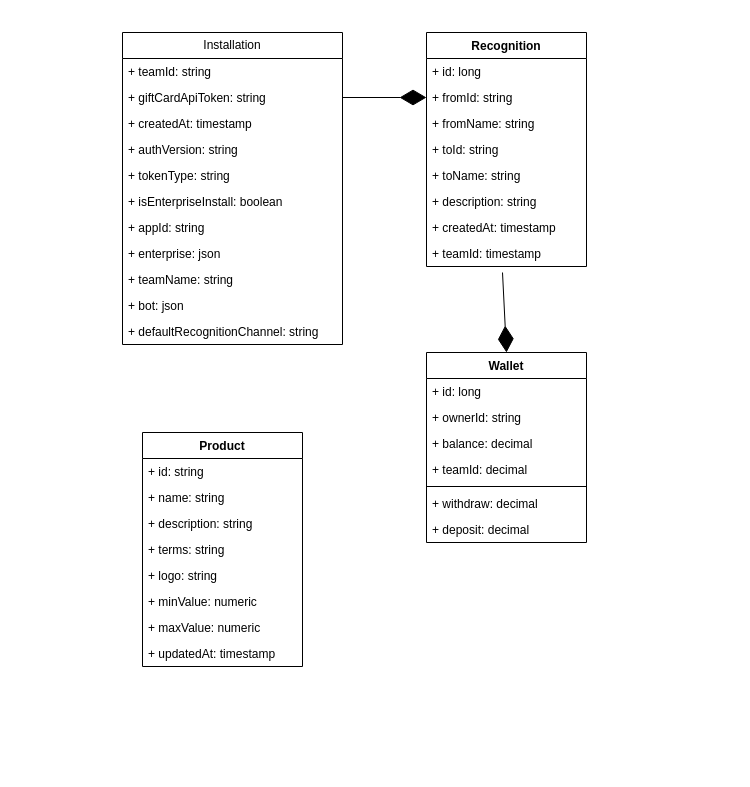
Above: page "Classes" (1 of 2) of kudos-jaya.drawio in jaya/kudos-jaya (draw.io), before the change. Source tidied: cells renumbered, new cells numbered last; positions are measured from the earlier drawing's top-left corner, leaving out a move shared by most shapes. Both pictures are drawn from the tidied source at 100%, with x=0, y=0 at pixel (122, 32).
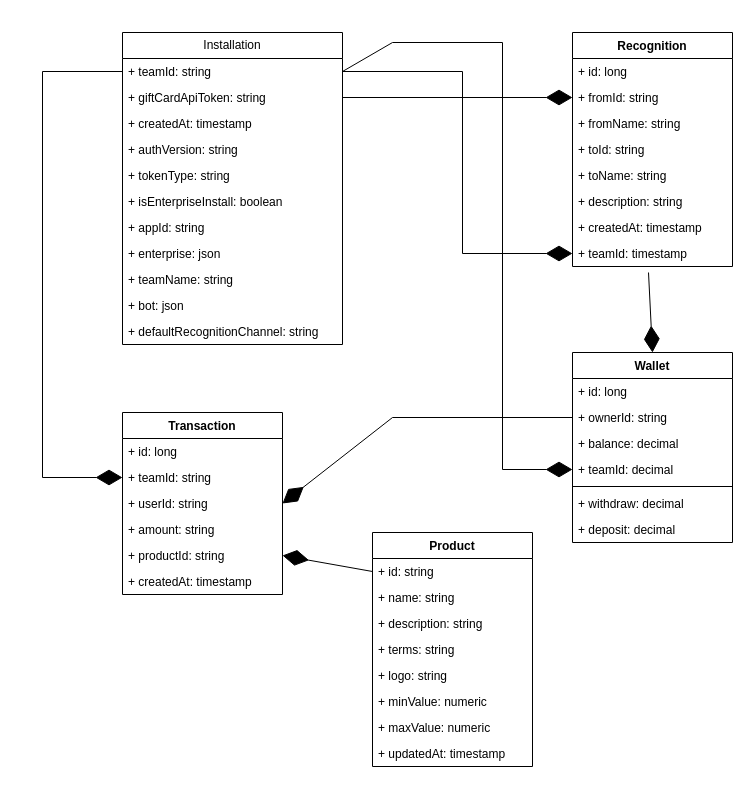
The same page after the edit.

Commit message (it also covers changes not shown here):
feat: add transaction table

The change refers to these unchanged cells:
```xml
<mxCell id="3" value="+ teamId: string" style="text;strokeColor=none;fillColor=none;align=left;verticalAlign=top;spacingLeft=4;spacingRight=4;overflow=hidden;points=[[0,0.5],[1,0.5]];portConstraint=eastwest;whiteSpace=wrap;html=1;" parent="2" vertex="1">
  <mxGeometry y="26" width="220" height="26" as="geometry" />
</mxCell>
<mxCell id="22" value="+ teamId: timestamp" style="text;strokeColor=none;fillColor=none;align=left;verticalAlign=top;spacingLeft=4;spacingRight=4;overflow=hidden;points=[[0,0.5],[1,0.5]];portConstraint=eastwest;whiteSpace=wrap;html=1;" parent="14" vertex="1">
  <mxGeometry y="208" width="160" height="26" as="geometry" />
</mxCell>
<mxCell id="26" value="+ ownerId: string" style="text;strokeColor=none;fillColor=none;align=left;verticalAlign=top;spacingLeft=4;spacingRight=4;overflow=hidden;points=[[0,0.5],[1,0.5]];portConstraint=eastwest;whiteSpace=wrap;html=1;" parent="24" vertex="1">
  <mxGeometry y="52" width="160" height="26" as="geometry" />
</mxCell>
<mxCell id="28" value="+ teamId: decimal" style="text;strokeColor=none;fillColor=none;align=left;verticalAlign=top;spacingLeft=4;spacingRight=4;overflow=hidden;points=[[0,0.5],[1,0.5]];portConstraint=eastwest;whiteSpace=wrap;html=1;" parent="24" vertex="1">
  <mxGeometry y="104" width="160" height="26" as="geometry" />
</mxCell>
<mxCell id="34" value="+ id: string" style="text;strokeColor=none;fillColor=none;align=left;verticalAlign=top;spacingLeft=4;spacingRight=4;overflow=hidden;points=[[0,0.5],[1,0.5]];portConstraint=eastwest;whiteSpace=wrap;html=1;" parent="33" vertex="1">
  <mxGeometry y="26" width="160" height="26" as="geometry" />
</mxCell>
```

What changed in the source:
```diff
@@
     <mxCell id="14" value="Recognition" style="swimlane;fontStyle=1;align=center;verticalAlign=top;horizontal=1;startSize=26;whiteSpace=wrap;html=1;" parent="1" vertex="1">
-      <mxGeometry x="304" width="160" height="234" as="geometry" />
+      <mxGeometry x="450" width="160" height="234" as="geometry" />
     </mxCell>
@@
     <mxCell id="24" value="Wallet" style="swimlane;fontStyle=1;align=center;verticalAlign=top;horizontal=1;startSize=26;whiteSpace=wrap;html=1;" parent="1" vertex="1">
-      <mxGeometry x="304" y="320" width="160" height="190" as="geometry" />
+      <mxGeometry x="450" y="320" width="160" height="190" as="geometry" />
     </mxCell>
@@
     <mxCell id="32" style="endArrow=diamondThin;endFill=1;endSize=24;html=1;rounded=0;entryX=0.5;entryY=0;entryDx=0;entryDy=0;" parent="1" edge="1" target="24">
       <mxGeometry relative="1" as="geometry">
-        <mxPoint x="380" y="240" as="sourcePoint" />
+        <mxPoint x="526" y="240" as="sourcePoint" />
       </mxGeometry>
     </mxCell>
     <mxCell id="33" value="Product" style="swimlane;fontStyle=1;align=center;verticalAlign=top;horizontal=1;startSize=26;whiteSpace=wrap;html=1;" parent="1" vertex="1">
-      <mxGeometry x="20" y="400" width="160" height="234" as="geometry" />
+      <mxGeometry x="250" y="500" width="160" height="234" as="geometry" />
     </mxCell>
@@
+    <mxCell id="42" value="Transaction" style="swimlane;fontStyle=1;align=center;verticalAlign=top;horizontal=1;startSize=26;whiteSpace=wrap;html=1;" parent="1" vertex="1">
+      <mxGeometry y="380" width="160" height="182" as="geometry" />
+    </mxCell>
+    <mxCell id="43" value="+ id: long" style="text;strokeColor=none;fillColor=none;align=left;verticalAlign=top;spacingLeft=4;spacingRight=4;overflow=hidden;whiteSpace=wrap;html=1;" parent="42" vertex="1">
+      <mxGeometry y="26" width="160" height="26" as="geometry" />
+    </mxCell>
+    <mxCell id="44" value="+ teamId: string" style="text;strokeColor=none;fillColor=none;align=left;verticalAlign=top;spacingLeft=4;spacingRight=4;overflow=hidden;points=[[0,0.5],[1,0.5]];portConstraint=eastwest;whiteSpace=wrap;html=1;" parent="42" vertex="1">
+      <mxGeometry y="52" width="160" height="26" as="geometry" />
+    </mxCell>
+    <mxCell id="45" value="+ userId: string" style="text;strokeColor=none;fillColor=none;align=left;verticalAlign=top;spacingLeft=4;spacingRight=4;overflow=hidden;points=[[0,0.5],[1,0.5]];portConstraint=eastwest;whiteSpace=wrap;html=1;" parent="42" vertex="1">
+      <mxGeometry y="78" width="160" height="26" as="geometry" />
+    </mxCell>
+    <mxCell id="46" value="+ amount: string" style="text;strokeColor=none;fillColor=none;align=left;verticalAlign=top;spacingLeft=4;spacingRight=4;overflow=hidden;whiteSpace=wrap;html=1;" parent="42" vertex="1">
+      <mxGeometry y="104" width="160" height="26" as="geometry" />
+    </mxCell>
+    <mxCell id="47" value="+ productId: string" style="text;strokeColor=none;fillColor=none;align=left;verticalAlign=top;spacingLeft=4;spacingRight=4;overflow=hidden;points=[[0,0.5],[1,0.5]];portConstraint=eastwest;whiteSpace=wrap;html=1;" parent="42" vertex="1">
+      <mxGeometry y="130" width="160" height="26" as="geometry" />
+    </mxCell>
+    <mxCell id="48" value="+ createdAt: timestamp" style="text;strokeColor=none;fillColor=none;align=left;verticalAlign=top;spacingLeft=4;spacingRight=4;overflow=hidden;whiteSpace=wrap;html=1;" parent="42" vertex="1">
+      <mxGeometry y="156" width="160" height="26" as="geometry" />
+    </mxCell>
+    <mxCell id="49" style="endArrow=diamondThin;endFill=1;endSize=24;html=1;rounded=0;exitX=0;exitY=0.5;exitDx=0;exitDy=0;entryX=1;entryY=0.5;entryDx=0;entryDy=0;" parent="1" edge="1" source="34" target="47">
+      <mxGeometry relative="1" as="geometry" />
+    </mxCell>
+    <mxCell id="50" style="endArrow=diamondThin;endFill=1;endSize=24;html=1;rounded=0;entryX=1;entryY=0.5;entryDx=0;entryDy=0;" parent="1" edge="1" source="26" target="45">
+      <mxGeometry relative="1" as="geometry">
+        <Array as="points">
+          <mxPoint x="270" y="385" />
+        </Array>
+      </mxGeometry>
+    </mxCell>
+    <mxCell id="51" style="endArrow=diamondThin;endFill=1;endSize=24;html=1;rounded=0;entryX=0;entryY=0.5;entryDx=0;entryDy=0;exitX=0;exitY=0.5;exitDx=0;exitDy=0;" parent="1" edge="1" source="3" target="44">
+      <mxGeometry relative="1" as="geometry">
+        <Array as="points">
+          <mxPoint x="-80" y="39" />
+          <mxPoint x="-80" y="445" />
+        </Array>
+      </mxGeometry>
+    </mxCell>
+    <mxCell id="52" style="endArrow=diamondThin;endFill=1;endSize=24;html=1;rounded=0;exitX=1;exitY=0.5;exitDx=0;exitDy=0;entryX=0;entryY=0.5;entryDx=0;entryDy=0;" parent="1" edge="1" source="3" target="22">
+      <mxGeometry relative="1" as="geometry">
+        <Array as="points">
+          <mxPoint x="340" y="39" />
+          <mxPoint x="340" y="221" />
+        </Array>
+      </mxGeometry>
+    </mxCell>
+    <mxCell id="53" style="endArrow=diamondThin;endFill=1;endSize=24;html=1;rounded=0;exitX=1;exitY=0.5;exitDx=0;exitDy=0;entryX=0;entryY=0.5;entryDx=0;entryDy=0;" parent="1" edge="1" source="3" target="28">
+      <mxGeometry relative="1" as="geometry">
+        <Array as="points">
+          <mxPoint x="270" y="10" />
+          <mxPoint x="380" y="10" />
+          <mxPoint x="380" y="437" />
+        </Array>
+      </mxGeometry>
+    </mxCell>
```
